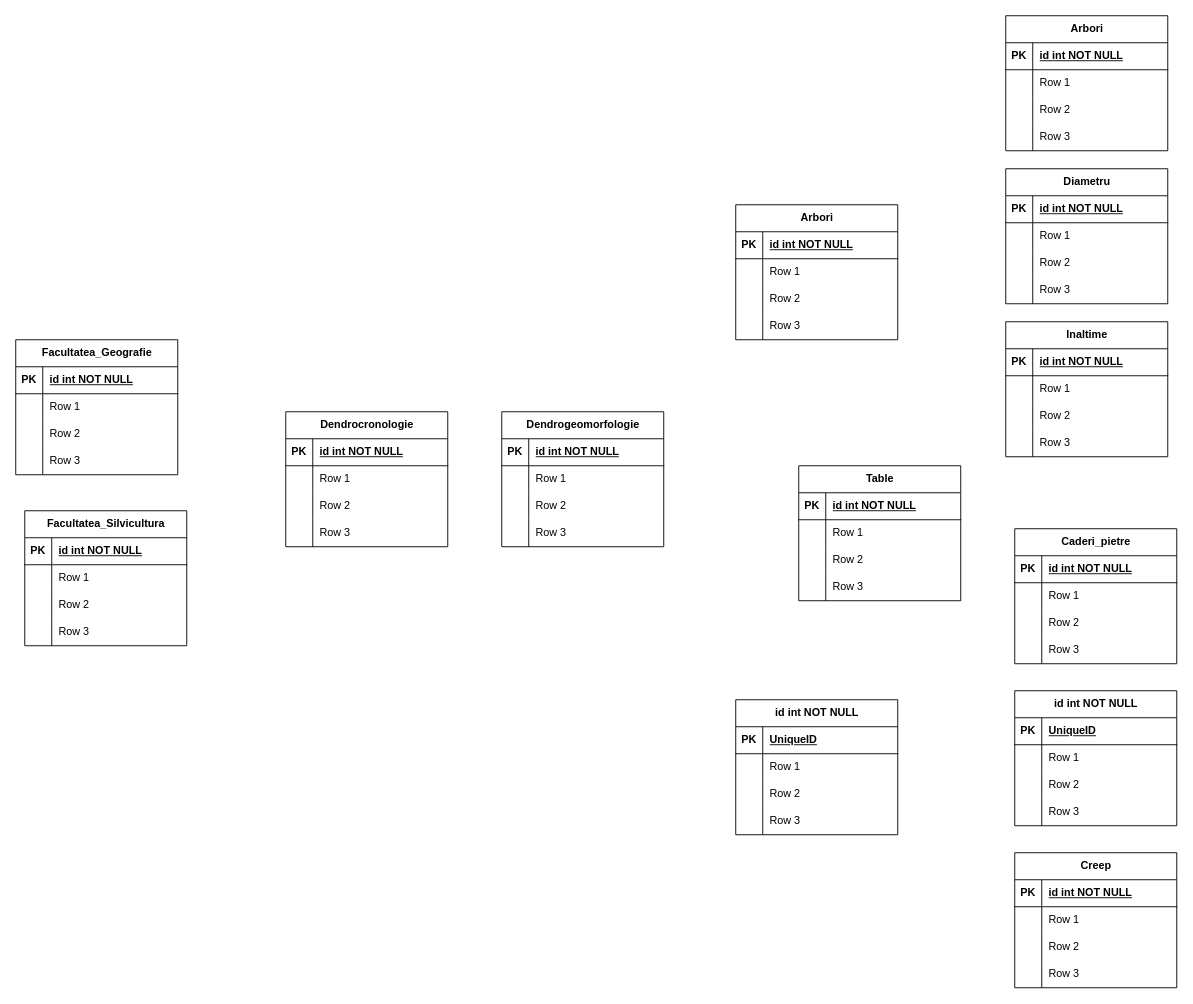
Before: model_conceptual.drawio in cristian19122001/examen_sem_1_db, a draw.io diagram. Source tidied: cells renumbered, new cells numbered last; positions are measured from the earlier drawing's top-left corner, leaving out a move shared by most shapes. Both pictures are drawn from the tidied source at 90%, with x=0, y=0 at pixel (15, 15).
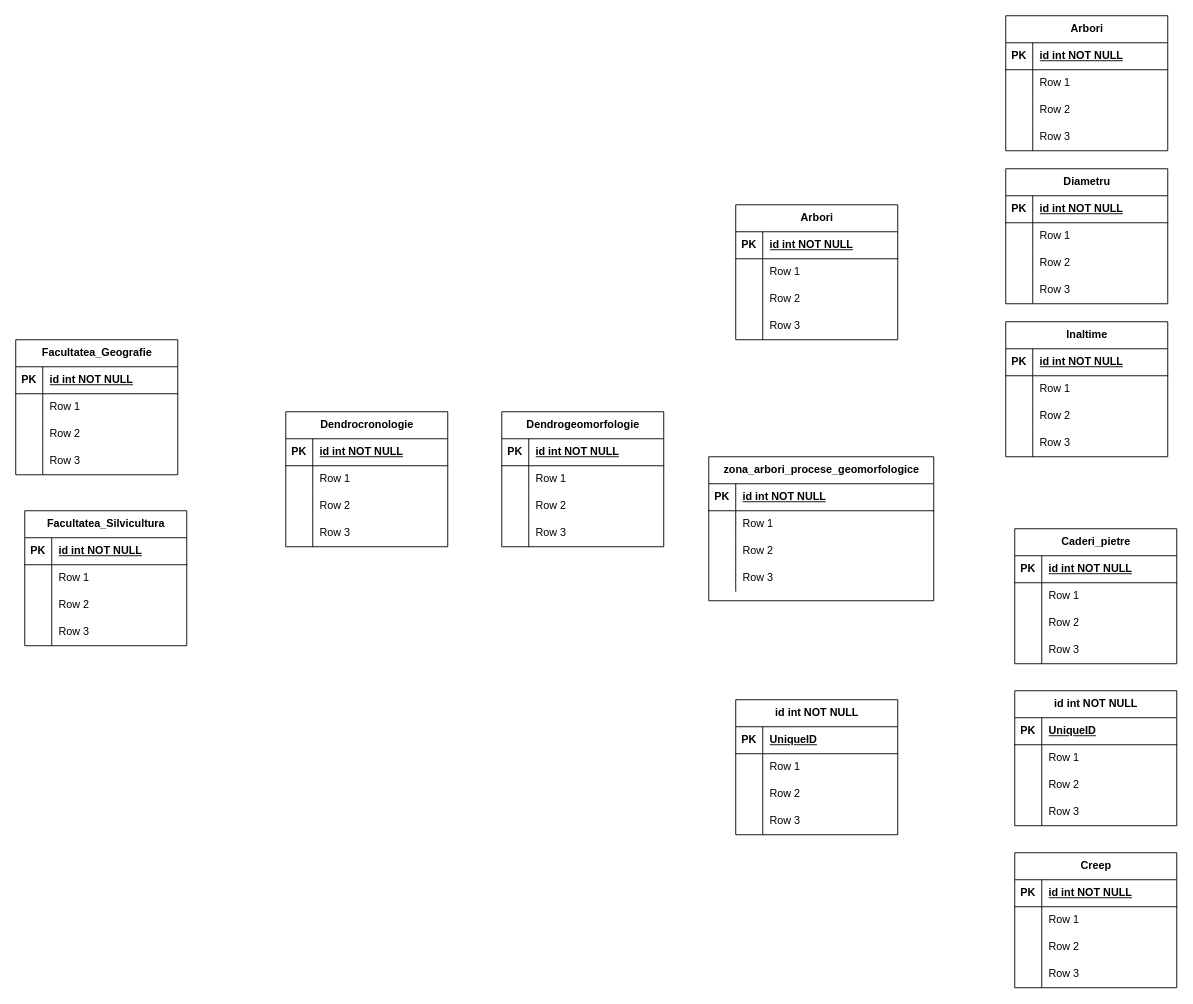
The same diagram, later.

The edit, as a diff of the source:
```diff
@@
-    <mxCell id="119" value="Table" style="shape=table;startSize=30;childLayout=tableLayout;rowLines=0;fontStyle=1;align=center;html=1;" parent="1" vertex="1">
-      <mxGeometry x="870" y="500" width="180" height="150" as="geometry" />
+    <mxCell id="119" value="zona_arbori_procese_geomorfologice" style="shape=table;startSize=30;childLayout=tableLayout;rowLines=0;fontStyle=1;align=center;html=1;" parent="1" vertex="1">
+      <mxGeometry x="770" y="490" width="250" height="160" as="geometry" />
     </mxCell>
     <mxCell id="120" style="shape=tableRow;horizontal=0;startSize=0;swimlaneHead=0;swimlaneBody=0;fillColor=none;top=0;left=0;right=0;bottom=1;" parent="119" vertex="1">
-      <mxGeometry y="30" width="180" height="30" as="geometry" />
+      <mxGeometry y="30" width="250" height="30" as="geometry" />
     </mxCell>
@@
     <mxCell id="122" value="id int NOT NULL" style="shape=partialRectangle;fillColor=none;top=0;left=0;bottom=0;right=0;align=left;spacingLeft=6;fontStyle=5;overflow=hidden;whiteSpace=wrap;html=1;" parent="120" vertex="1">
-      <mxGeometry x="30" width="150" height="30" as="geometry" />
+      <mxGeometry x="30" width="220" height="30" as="geometry" />
     </mxCell>
     <mxCell id="123" style="shape=tableRow;horizontal=0;startSize=0;swimlaneHead=0;swimlaneBody=0;fillColor=none;top=0;left=0;right=0;bottom=0;" parent="119" vertex="1">
-      <mxGeometry y="60" width="180" height="30" as="geometry" />
+      <mxGeometry y="60" width="250" height="30" as="geometry" />
     </mxCell>
@@
     <mxCell id="125" value="Row 1" style="shape=partialRectangle;fillColor=none;top=0;left=0;bottom=0;right=0;align=left;spacingLeft=6;overflow=hidden;whiteSpace=wrap;html=1;" parent="123" vertex="1">
-      <mxGeometry x="30" width="150" height="30" as="geometry" />
+      <mxGeometry x="30" width="220" height="30" as="geometry" />
     </mxCell>
     <mxCell id="126" style="shape=tableRow;horizontal=0;startSize=0;swimlaneHead=0;swimlaneBody=0;fillColor=none;top=0;left=0;right=0;bottom=0;" parent="119" vertex="1">
-      <mxGeometry y="90" width="180" height="30" as="geometry" />
+      <mxGeometry y="90" width="250" height="30" as="geometry" />
     </mxCell>
@@
     <mxCell id="128" value="Row 2" style="shape=partialRectangle;fillColor=none;top=0;left=0;bottom=0;right=0;align=left;spacingLeft=6;overflow=hidden;whiteSpace=wrap;html=1;" parent="126" vertex="1">
-      <mxGeometry x="30" width="150" height="30" as="geometry" />
+      <mxGeometry x="30" width="220" height="30" as="geometry" />
     </mxCell>
     <mxCell id="129" style="shape=tableRow;horizontal=0;startSize=0;swimlaneHead=0;swimlaneBody=0;fillColor=none;top=0;left=0;right=0;bottom=0;" parent="119" vertex="1">
-      <mxGeometry y="120" width="180" height="30" as="geometry" />
+      <mxGeometry y="120" width="250" height="30" as="geometry" />
     </mxCell>
@@
     <mxCell id="131" value="Row 3" style="shape=partialRectangle;fillColor=none;top=0;left=0;bottom=0;right=0;align=left;spacingLeft=6;overflow=hidden;whiteSpace=wrap;html=1;" parent="129" vertex="1">
-      <mxGeometry x="30" width="150" height="30" as="geometry" />
+      <mxGeometry x="30" width="220" height="30" as="geometry" />
     </mxCell>
```
